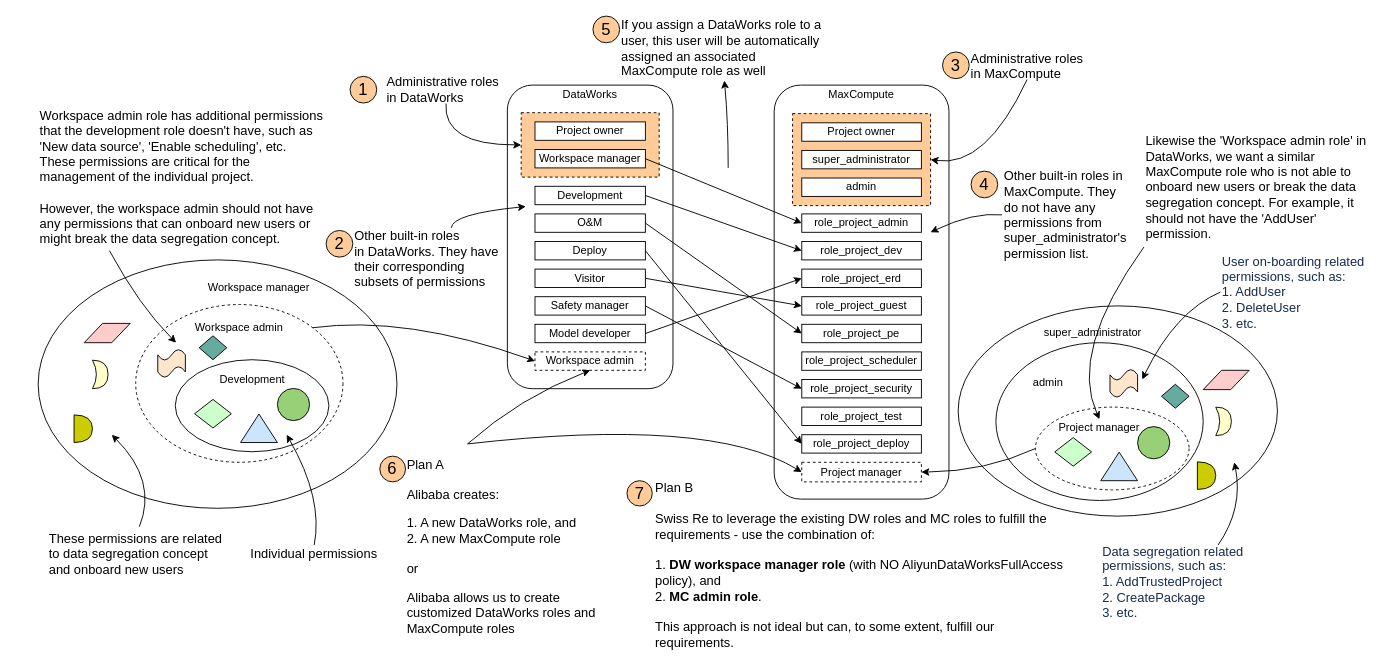
The draw.io diagram user_role_model.drawio in huangdgm/webstore-v2.0, before the edit. Source tidied: cells renumbered, new cells numbered last; positions are measured from the earlier drawing's top-left corner, leaving out a move shared by most shapes. Both pictures are drawn from the tidied source at 92%, with x=0, y=0 at pixel (38, 16).
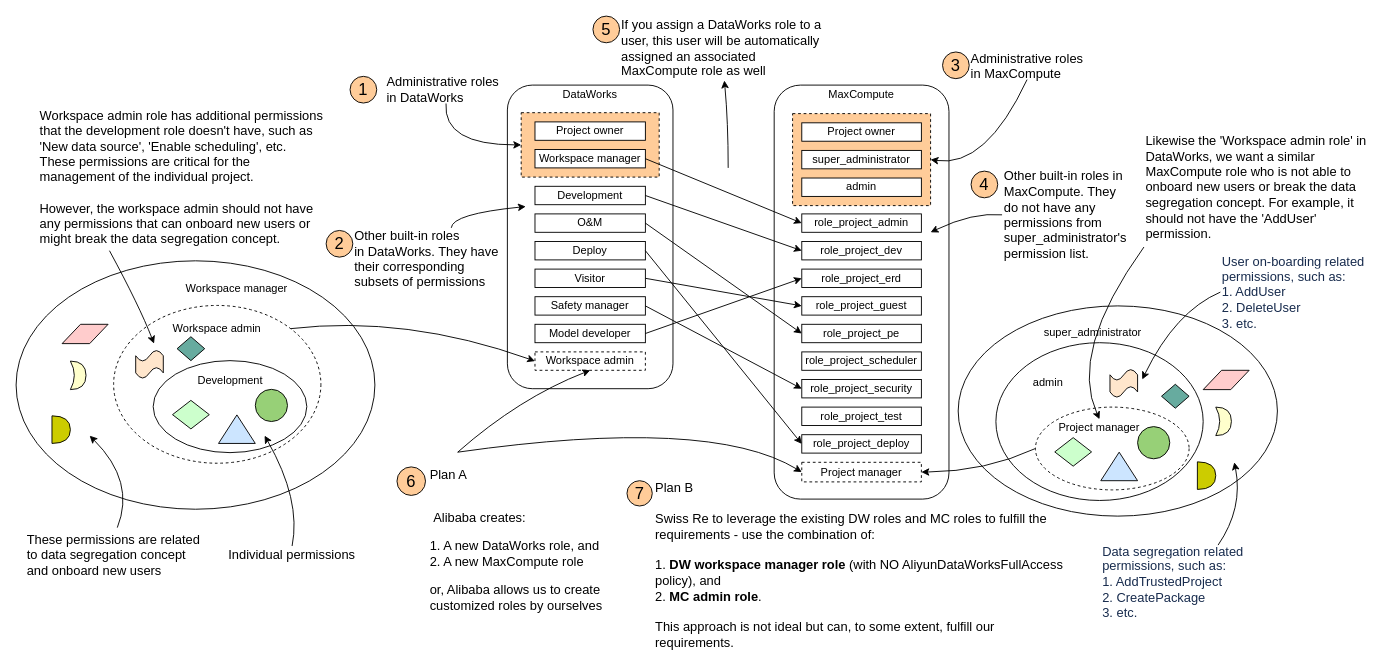
After the change.

The change refers to these unchanged cells:
```xml
<mxCell id="60" value="Workspace admin" style="rounded=0;whiteSpace=wrap;html=1;dashed=1;" parent="1" vertex="1">
  <mxGeometry x="540" y="365" width="120" height="20" as="geometry" />
</mxCell>
<mxCell id="89" value="Project manager" style="rounded=0;whiteSpace=wrap;html=1;dashed=1;" parent="1" vertex="1">
  <mxGeometry x="830" y="485" width="130" height="21.3" as="geometry" />
</mxCell>
```

The edit, as a diff of the source:
```diff
@@
     <mxCell id="2" style="group;" parent="1" vertex="1">
-      <mxGeometry y="265" width="410" height="370" as="geometry" />
+      <mxGeometry x="-24" y="266" width="410" height="370" as="geometry" />
     </mxCell>
@@
     <mxCell id="61" style="curved=1;endArrow=classic;html=1;entryX=0.5;entryY=1;entryDx=0;entryDy=0;exitX=0.25;exitY=0;exitDx=0;exitDy=0;" parent="1" edge="1" target="60">
       <mxGeometry relative="1" as="geometry">
-        <mxPoint x="466.7" y="465" as="sourcePoint" />
+        <mxPoint x="456" y="474" as="sourcePoint" />
         <Array as="points">
           <mxPoint x="523" y="415" />
         </Array>
       </mxGeometry>
     </mxCell>
     <mxCell id="62" style="curved=1;endArrow=classic;html=1;entryX=0;entryY=0.5;entryDx=0;entryDy=0;exitX=0.25;exitY=0;exitDx=0;exitDy=0;" parent="1" edge="1" target="89">
       <mxGeometry relative="1" as="geometry">
-        <mxPoint x="466.7" y="465" as="sourcePoint" />
+        <mxPoint x="456" y="474" as="sourcePoint" />
         <Array as="points">
           <mxPoint x="730" y="435" />
         </Array>
       </mxGeometry>
     </mxCell>
@@
-    <mxCell id="111" style="group;" parent="1" vertex="1">
-      <mxGeometry x="385" y="470" width="241" height="209" as="geometry" />
-    </mxCell>
-    <mxCell id="112" value="&lt;span style=&quot;font-size: 14px&quot;&gt;Plan A&lt;/span&gt;&lt;br style=&quot;font-size: 14px&quot;&gt;&lt;br style=&quot;font-size: 14px&quot;&gt;&lt;span style=&quot;font-size: 14px&quot;&gt;Alibaba creates:&lt;/span&gt;&lt;br style=&quot;font-size: 14px&quot;&gt;&lt;br style=&quot;font-size: 14px&quot;&gt;&lt;div&gt;&lt;span style=&quot;font-size: 14px&quot;&gt;1. A new DataWorks role, and&lt;/span&gt;&lt;/div&gt;&lt;div&gt;&lt;span style=&quot;font-size: 14px&quot;&gt;2. A new MaxCompute role&lt;/span&gt;&lt;/div&gt;&lt;div&gt;&lt;span style=&quot;font-size: 14px&quot;&gt;&lt;br&gt;&lt;/span&gt;&lt;/div&gt;&lt;div&gt;&lt;span style=&quot;font-size: 14px&quot;&gt;or&lt;/span&gt;&lt;/div&gt;&lt;br style=&quot;font-size: 14px&quot;&gt;&lt;span style=&quot;font-size: 14px&quot;&gt;Alibaba allows us to create customized DataWorks roles and MaxCompute roles&lt;/span&gt;" style="text;html=1;strokeColor=none;fillColor=none;align=left;verticalAlign=middle;whiteSpace=wrap;rounded=0;" parent="111" vertex="1">
-      <mxGeometry x="14.3" y="4" width="226.7" height="205" as="geometry" />
-    </mxCell>
+    <mxCell id="114" value="&lt;font&gt;&lt;span style=&quot;font-size: 14px&quot;&gt;Plan A&lt;/span&gt;&lt;br&gt;&lt;br&gt;&lt;br&gt;&lt;span style=&quot;font-size: 14px&quot;&gt;&amp;nbsp;Alibaba creates:&lt;/span&gt;&lt;br&gt;&lt;br&gt;&lt;div&gt;&lt;span style=&quot;font-size: 14px&quot;&gt;1. A new DataWorks role, and&lt;/span&gt;&lt;/div&gt;&lt;div&gt;&lt;span style=&quot;font-size: 14px&quot;&gt;2. A new MaxCompute role&lt;/span&gt;&lt;/div&gt;&lt;br&gt;&lt;span style=&quot;font-size: 14px&quot;&gt;or, Alibaba allows us to create customized roles by ourselves&lt;/span&gt;&lt;/font&gt;" style="text;html=1;strokeColor=none;fillColor=none;align=left;verticalAlign=middle;whiteSpace=wrap;rounded=0;" parent="1" vertex="1">
+      <mxGeometry x="424.4" y="482" width="205.6" height="176" as="geometry" />
+    </mxCell>
-    <mxCell id="113" value="&lt;font style=&quot;font-size: 18px&quot;&gt;6&lt;/font&gt;" style="ellipse;whiteSpace=wrap;html=1;fillColor=#FFCC99;" parent="111" vertex="1">
-      <mxGeometry x="-13.7" y="8.3" width="28" height="28" as="geometry" />
+    <mxCell id="113" value="&lt;font style=&quot;font-size: 18px&quot;&gt;6&lt;/font&gt;" style="ellipse;whiteSpace=wrap;html=1;fillColor=#FFCC99;" parent="1" vertex="1">
+      <mxGeometry x="390" y="490" width="31" height="31" as="geometry" />
     </mxCell>
```
